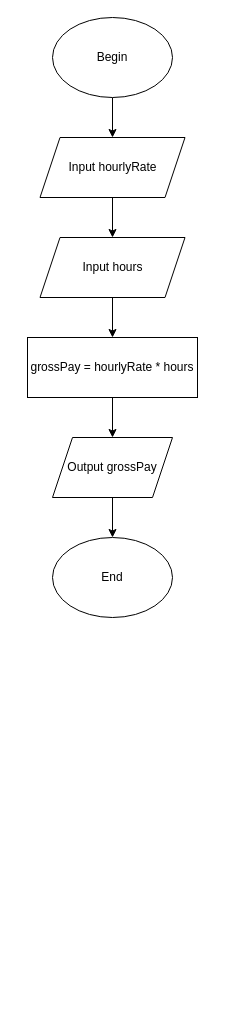
Above: Unit 1 exercise 8.drawio in dskleoshrw/get (draw.io), before the change. Source tidied: cells renumbered, new cells numbered last; positions are measured from the earlier drawing's top-left corner, leaving out a move shared by most shapes. Both pictures are drawn from the tidied source at 100%, with x=0, y=0 at pixel (27, 17).
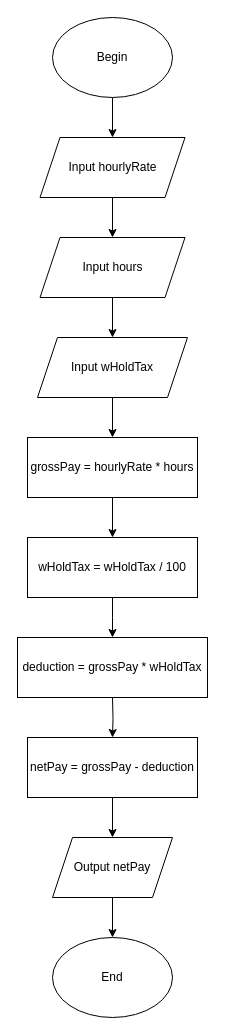
After the change.

Unchanged cells that the change refers to:
```xml
<mxCell id="7" value="Input hours" style="shape=parallelogram;perimeter=parallelogramPerimeter;whiteSpace=wrap;html=1;fixedSize=1;" parent="1" vertex="1">
  <mxGeometry x="12.5" y="220" width="145" height="60" as="geometry" />
</mxCell>
```

Change to the diagram source:
```diff
@@
-    <mxCell id="6" style="edgeStyle=orthogonalEdgeStyle;rounded=0;jettySize=auto;html=1;" parent="1" edge="1" source="7" target="9">
-      <mxGeometry relative="1" as="geometry" />
-    </mxCell>
+    <mxCell id="13" style="edgeStyle=orthogonalEdgeStyle;rounded=0;jettySize=auto;html=1;" parent="1" edge="1" source="7" target="16">
+      <mxGeometry relative="1" as="geometry" />
+    </mxCell>
@@
-    <mxCell id="8" style="edgeStyle=orthogonalEdgeStyle;rounded=0;jettySize=auto;html=1;" parent="1" edge="1" source="9" target="11">
-      <mxGeometry relative="1" as="geometry" />
-    </mxCell>
+    <mxCell id="14" style="edgeStyle=orthogonalEdgeStyle;rounded=0;jettySize=auto;html=1;" parent="1" edge="1" source="9" target="18">
+      <mxGeometry relative="1" as="geometry" />
+    </mxCell>
     <mxCell id="9" value="grossPay = hourlyRate * hours" style="whiteSpace=wrap;html=1;" parent="1" vertex="1">
-      <mxGeometry y="320" width="170" height="60" as="geometry" />
+      <mxGeometry y="420" width="170" height="60" as="geometry" />
     </mxCell>
-    <mxCell id="10" style="edgeStyle=orthogonalEdgeStyle;rounded=0;jettySize=auto;html=1;" parent="1" edge="1" source="11" target="12">
-      <mxGeometry relative="1" as="geometry" />
-    </mxCell>
-    <mxCell id="11" value="Output grossPay" style="shape=parallelogram;perimeter=parallelogramPerimeter;whiteSpace=wrap;html=1;fixedSize=1;" parent="1" vertex="1">
-      <mxGeometry x="25" y="420" width="120" height="60" as="geometry" />
-    </mxCell>
+    <mxCell id="15" style="edgeStyle=orthogonalEdgeStyle;rounded=0;jettySize=auto;html=1;exitX=0.5;exitY=1;exitDx=0;exitDy=0;" parent="1" edge="1" source="16" target="9">
+      <mxGeometry relative="1" as="geometry" />
+    </mxCell>
+    <mxCell id="16" value="Input wHoldTax" style="shape=parallelogram;perimeter=parallelogramPerimeter;whiteSpace=wrap;html=1;fixedSize=1;" parent="1" vertex="1">
+      <mxGeometry x="10" y="320" width="150" height="60" as="geometry" />
+    </mxCell>
+    <mxCell id="17" style="edgeStyle=orthogonalEdgeStyle;rounded=0;jettySize=auto;html=1;" parent="1" edge="1" source="18">
+      <mxGeometry relative="1" as="geometry">
+        <mxPoint x="85" y="620" as="targetPoint" />
+      </mxGeometry>
+    </mxCell>
+    <mxCell id="18" value="wHoldTax = wHoldTax / 100" style="whiteSpace=wrap;html=1;" parent="1" vertex="1">
+      <mxGeometry y="520" width="170" height="60" as="geometry" />
+    </mxCell>
+    <mxCell id="19" style="edgeStyle=orthogonalEdgeStyle;rounded=0;jettySize=auto;html=1;" parent="1" edge="1" target="22">
+      <mxGeometry relative="1" as="geometry">
+        <mxPoint x="85" y="680" as="sourcePoint" />
+      </mxGeometry>
+    </mxCell>
+    <mxCell id="20" value="deduction = grossPay * wHoldTax" style="whiteSpace=wrap;html=1;" parent="1" vertex="1">
+      <mxGeometry x="-10" y="620" width="190" height="60" as="geometry" />
+    </mxCell>
+    <mxCell id="21" style="edgeStyle=orthogonalEdgeStyle;rounded=0;jettySize=auto;html=1;" parent="1" edge="1" source="22" target="24">
+      <mxGeometry relative="1" as="geometry" />
+    </mxCell>
+    <mxCell id="22" value="netPay = grossPay - deduction" style="whiteSpace=wrap;html=1;" parent="1" vertex="1">
+      <mxGeometry y="720" width="170" height="60" as="geometry" />
+    </mxCell>
+    <mxCell id="23" style="edgeStyle=orthogonalEdgeStyle;rounded=0;jettySize=auto;html=1;" parent="1" edge="1" source="24" target="12">
+      <mxGeometry relative="1" as="geometry" />
+    </mxCell>
+    <mxCell id="24" value="Output netPay" style="shape=parallelogram;perimeter=parallelogramPerimeter;whiteSpace=wrap;html=1;fixedSize=1;" parent="1" vertex="1">
+      <mxGeometry x="25" y="820" width="120" height="60" as="geometry" />
+    </mxCell>
     <mxCell id="12" value="End" style="ellipse;whiteSpace=wrap;html=1;" parent="1" vertex="1">
-      <mxGeometry x="25" y="520" width="120" height="80" as="geometry" />
+      <mxGeometry x="25" y="920" width="120" height="80" as="geometry" />
     </mxCell>
```
